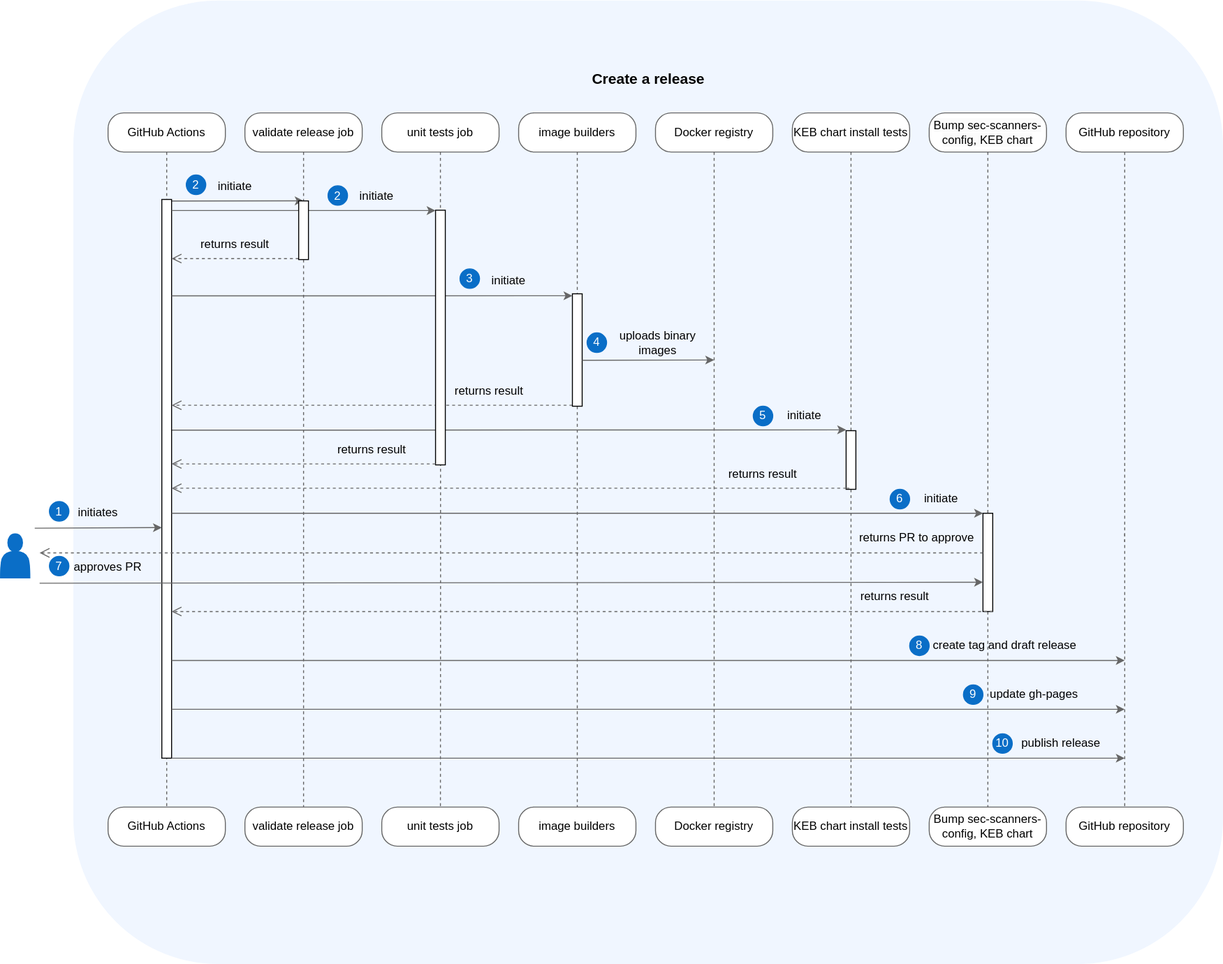
kyma-project/kyma-environment-broker keeps this draw.io diagram as docs/assets/release.drawio.svg. Above is the earlier version. Source tidied: cells renumbered, new cells last; positions are measured from the earlier drawing's top-left corner, leaving out a move shared by most shapes.
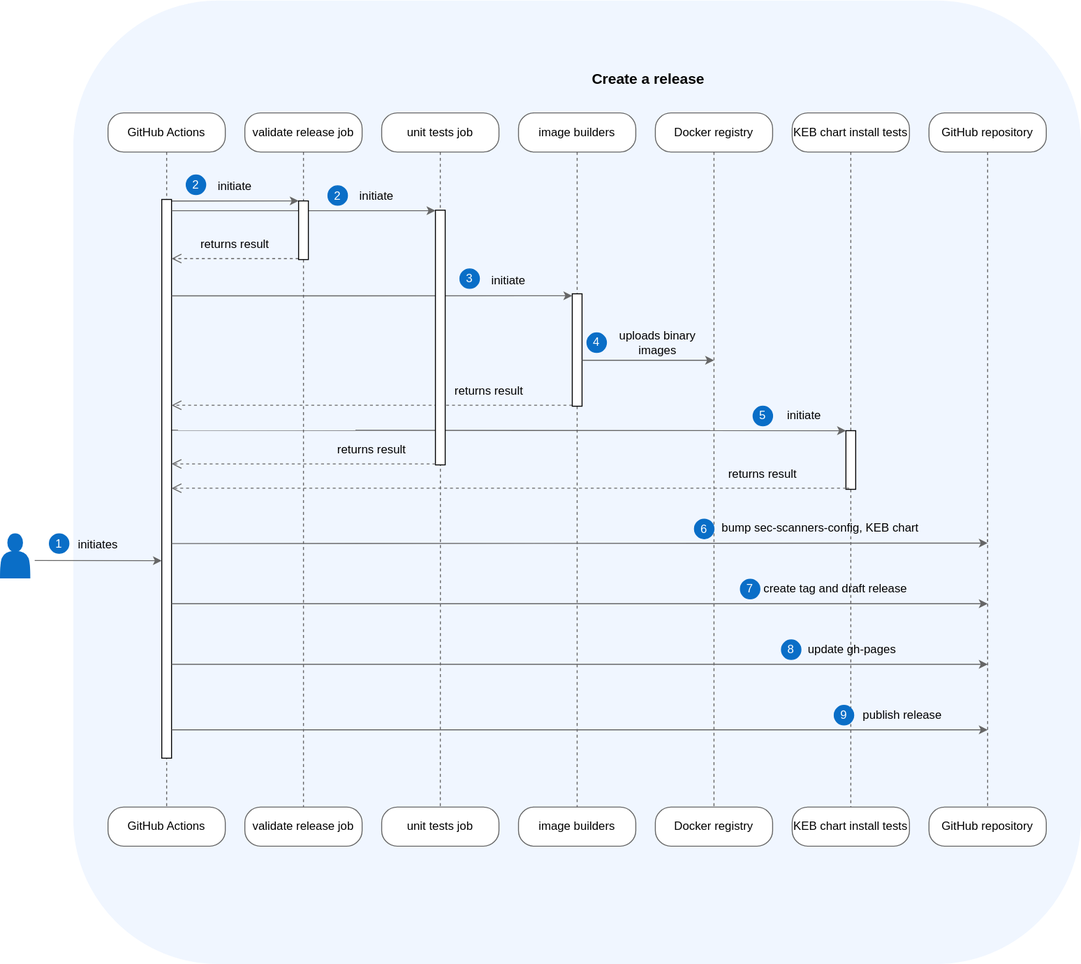
After the commit.

Diff of the diagram source:
```diff
@@ -3,7 +3,7 @@
     <mxCell id="0" />
     <mxCell id="1" parent="0" />
     <mxCell id="2" style="rounded=1;whiteSpace=wrap;html=1;fillColor=#f0f6ff;strokeColor=#f0f6ff;verticalAlign=bottom;" parent="1" vertex="1">
-      <mxGeometry x="75" y="-0.5" width="1175" height="984.5" as="geometry" />
+      <mxGeometry x="75" y="-0.5" width="1030" height="984.5" as="geometry" />
     </mxCell>
     <mxCell id="3" style="edgeStyle=orthogonalEdgeStyle;html=1;verticalAlign=bottom;endArrow=none;endSize=8;strokeColor=#666666;rounded=1;endFill=0;dashed=1;entryX=0.5;entryY=0;entryDx=0;entryDy=0;" parent="1" edge="1" target="8">
       <mxGeometry relative="1" as="geometry">
@@ -35,34 +35,20 @@
     <mxCell id="10" value="KEB chart install tests" style="rounded=1;whiteSpace=wrap;html=1;arcSize=40;fontColor=#000000;fillColor=#FFFFFF;strokeColor=#666666;" parent="1" vertex="1">
       <mxGeometry x="810" y="824" width="120" height="40" as="geometry" />
     </mxCell>
-    <mxCell id="11" value="&lt;meta charset=&quot;utf-8&quot;&gt;&lt;span style=&quot;color: rgb(0, 0, 0); font-family: Helvetica; font-size: 12px; font-style: normal; font-variant-ligatures: normal; font-variant-caps: normal; font-weight: 400; letter-spacing: normal; orphans: 2; text-align: center; text-indent: 0px; text-transform: none; widows: 2; word-spacing: 0px; -webkit-text-stroke-width: 0px; white-space: normal; background-color: rgb(251, 251, 251); text-decoration-thickness: initial; text-decoration-style: initial; text-decoration-color: initial; display: inline !important; float: none;&quot;&gt;Bump sec-scanners-config, KEB chart&lt;/span&gt;" style="rounded=1;whiteSpace=wrap;html=1;arcSize=40;fontColor=#000000;fillColor=#FFFFFF;strokeColor=#666666;" parent="1" vertex="1">
-      <mxGeometry x="950" y="114" width="120" height="40" as="geometry" />
-    </mxCell>
-    <mxCell id="12" style="edgeStyle=orthogonalEdgeStyle;html=1;verticalAlign=bottom;endArrow=none;endSize=8;strokeColor=#666666;rounded=1;entryX=0.5;entryY=0;entryDx=0;entryDy=0;endFill=0;dashed=1;" parent="1" edge="1" source="66" target="13">
-      <mxGeometry relative="1" as="geometry">
-        <Array as="points">
-          <mxPoint x="1010" y="724" />
-          <mxPoint x="1010" y="724" />
-        </Array>
-      </mxGeometry>
-    </mxCell>
-    <mxCell id="13" value="Bump sec-scanners-config, KEB chart" style="rounded=1;whiteSpace=wrap;html=1;arcSize=40;fontColor=#000000;fillColor=#FFFFFF;strokeColor=#666666;" parent="1" vertex="1">
-      <mxGeometry x="950" y="824" width="120" height="40" as="geometry" />
-    </mxCell>
     <mxCell id="14" value="&lt;div&gt;GitHub repository&lt;br&gt;&lt;/div&gt;" style="rounded=1;whiteSpace=wrap;html=1;arcSize=40;fontColor=#000000;fillColor=#FFFFFF;strokeColor=#666666;" parent="1" vertex="1">
-      <mxGeometry x="1090" y="114" width="120" height="40" as="geometry" />
+      <mxGeometry x="950" y="114" width="120" height="40" as="geometry" />
     </mxCell>
     <mxCell id="15" style="edgeStyle=orthogonalEdgeStyle;html=1;verticalAlign=bottom;endArrow=none;endSize=8;strokeColor=#666666;rounded=1;entryX=0.5;entryY=0;entryDx=0;entryDy=0;endFill=0;dashed=1;" parent="1" edge="1" target="16">
       <mxGeometry relative="1" as="geometry">
-        <mxPoint x="1150" y="544" as="sourcePoint" />
+        <mxPoint x="1010" y="544" as="sourcePoint" />
         <Array as="points">
-          <mxPoint x="1150" y="744" />
-          <mxPoint x="1150" y="744" />
+          <mxPoint x="1010" y="744" />
+          <mxPoint x="1010" y="744" />
         </Array>
       </mxGeometry>
     </mxCell>
     <mxCell id="16" value="GitHub repository" style="rounded=1;whiteSpace=wrap;html=1;arcSize=40;fontColor=#000000;fillColor=#FFFFFF;strokeColor=#666666;" parent="1" vertex="1">
-      <mxGeometry x="1090" y="824" width="120" height="40" as="geometry" />
+      <mxGeometry x="950" y="824" width="120" height="40" as="geometry" />
     </mxCell>
     <mxCell id="17" style="edgeStyle=elbowEdgeStyle;rounded=1;jettySize=auto;html=1;elbow=vertical;strokeColor=#666666;" parent="1" edge="1" target="64">
       <mxGeometry relative="1" as="geometry">
@@ -135,17 +121,11 @@
       </mxGeometry>
     </mxCell>
     <mxCell id="33" value="initiates" style="text;html=1;strokeColor=none;fillColor=none;align=center;verticalAlign=middle;whiteSpace=wrap;rounded=0;" parent="1" vertex="1">
-      <mxGeometry x="70" y="508" width="60" height="30" as="geometry" />
+      <mxGeometry x="70" y="541" width="60" height="30" as="geometry" />
     </mxCell>
     <mxCell id="34" value="&lt;font color=&quot;#ffffff&quot;&gt;1&lt;/font&gt;" style="ellipse;whiteSpace=wrap;html=1;fillColor=#0a6ec7;strokeColor=#0a6ec7;" parent="1" vertex="1">
-      <mxGeometry x="50" y="511.5" width="20" height="20" as="geometry" />
+      <mxGeometry x="50" y="544.5" width="20" height="20" as="geometry" />
     </mxCell>
-    <mxCell id="35" value="approves PR" style="text;html=1;strokeColor=none;fillColor=none;align=center;verticalAlign=middle;whiteSpace=wrap;rounded=0;" parent="1" vertex="1">
-      <mxGeometry x="70" y="564" width="80" height="30" as="geometry" />
-    </mxCell>
-    <mxCell id="36" value="&lt;font color=&quot;#ffffff&quot;&gt;7&lt;/font&gt;" style="ellipse;whiteSpace=wrap;html=1;fillColor=#0a6ec7;strokeColor=#0a6ec7;" parent="1" vertex="1">
-      <mxGeometry x="50" y="567.5" width="20" height="20" as="geometry" />
-    </mxCell>
     <mxCell id="37" value="initiate" style="text;html=1;strokeColor=none;fillColor=none;align=center;verticalAlign=middle;whiteSpace=wrap;rounded=0;" parent="1" vertex="1">
       <mxGeometry x="800" y="408.5" width="45" height="30" as="geometry" />
     </mxCell>
@@ -163,27 +143,29 @@
         </Array>
       </mxGeometry>
     </mxCell>
-    <mxCell id="41" style="edgeStyle=elbowEdgeStyle;rounded=1;jettySize=auto;html=1;elbow=vertical;strokeColor=#666666;" parent="1" edge="1" target="66">
+    <mxCell id="41" style="edgeStyle=elbowEdgeStyle;rounded=1;orthogonalLoop=1;jettySize=auto;html=1;elbow=vertical;strokeColor=#666666;" parent="1" edge="1">
       <mxGeometry relative="1" as="geometry">
-        <mxPoint x="175" y="523.5" as="sourcePoint" />
+        <mxPoint x="175" y="554.5" as="sourcePoint" />
+        <mxPoint x="1010" y="554" as="targetPoint" />
         <Array as="points">
-          <mxPoint x="410" y="523.5" />
+          <mxPoint x="1050" y="554" />
         </Array>
       </mxGeometry>
     </mxCell>
-    <mxCell id="42" style="edgeStyle=elbowEdgeStyle;rounded=1;jettySize=auto;html=1;elbow=vertical;strokeColor=#666666;" parent="1" edge="1" source="27">
+    <mxCell id="42" style="edgeStyle=elbowEdgeStyle;rounded=1;orthogonalLoop=1;jettySize=auto;html=1;elbow=vertical;strokeColor=#666666;" parent="1" edge="1">
       <mxGeometry relative="1" as="geometry">
-        <mxPoint x="1150" y="774" as="targetPoint" />
+        <mxPoint x="175" y="745" as="sourcePoint" />
+        <mxPoint x="1010" y="745" as="targetPoint" />
         <Array as="points">
-          <mxPoint x="277.5" y="774" />
+          <mxPoint x="277.5" y="745" />
         </Array>
       </mxGeometry>
     </mxCell>
     <mxCell id="43" value="publish release" style="text;html=1;strokeColor=none;fillColor=none;align=center;verticalAlign=middle;whiteSpace=wrap;rounded=0;" parent="1" vertex="1">
-      <mxGeometry x="1030" y="744" width="110" height="30" as="geometry" />
+      <mxGeometry x="868" y="715" width="110" height="30" as="geometry" />
     </mxCell>
-    <mxCell id="44" value="&lt;font color=&quot;#ffffff&quot;&gt;10&lt;/font&gt;" style="ellipse;whiteSpace=wrap;html=1;fillColor=#0a6ec7;strokeColor=#0a6ec7;" parent="1" vertex="1">
-      <mxGeometry x="1015" y="749" width="20" height="20" as="geometry" />
+    <mxCell id="44" value="&lt;font color=&quot;#ffffff&quot;&gt;9&lt;/font&gt;" style="ellipse;whiteSpace=wrap;html=1;fillColor=#0a6ec7;strokeColor=#0a6ec7;" parent="1" vertex="1">
+      <mxGeometry x="853" y="720" width="20" height="20" as="geometry" />
     </mxCell>
     <mxCell id="45" value="image builders" style="rounded=1;whiteSpace=wrap;html=1;arcSize=40;fontColor=#000000;fillColor=#FFFFFF;strokeColor=#666666;" parent="1" vertex="1">
       <mxGeometry x="530" y="824" width="120" height="40" as="geometry" />
@@ -234,27 +216,28 @@
     </mxCell>
     <mxCell id="55" style="edgeStyle=orthogonalEdgeStyle;html=1;verticalAlign=bottom;endArrow=none;endSize=8;strokeColor=#666666;rounded=1;entryX=0.5;entryY=0;entryDx=0;entryDy=0;endFill=0;dashed=1;" parent="1" edge="1" source="14">
       <mxGeometry relative="1" as="geometry">
-        <mxPoint x="1150" y="553.5" as="targetPoint" />
+        <mxPoint x="1010" y="553.5" as="targetPoint" />
       </mxGeometry>
     </mxCell>
-    <mxCell id="56" style="edgeStyle=elbowEdgeStyle;rounded=1;jettySize=auto;html=1;elbow=vertical;strokeColor=#666666;" parent="1" edge="1" source="27">
+    <mxCell id="56" style="edgeStyle=elbowEdgeStyle;rounded=1;orthogonalLoop=1;jettySize=auto;html=1;elbow=vertical;strokeColor=#666666;" parent="1" edge="1">
       <mxGeometry relative="1" as="geometry">
-        <mxPoint x="1150" y="724" as="targetPoint" />
+        <mxPoint x="175" y="678" as="sourcePoint" />
+        <mxPoint x="1010" y="678" as="targetPoint" />
         <Array as="points">
-          <mxPoint x="277.5" y="724" />
+          <mxPoint x="277.5" y="678" />
         </Array>
       </mxGeometry>
     </mxCell>
     <mxCell id="57" value="update gh-pages" style="text;html=1;strokeColor=none;fillColor=none;align=center;verticalAlign=middle;whiteSpace=wrap;rounded=0;" parent="1" vertex="1">
-      <mxGeometry x="1000" y="694" width="115" height="30" as="geometry" />
+      <mxGeometry x="814" y="648" width="115" height="30" as="geometry" />
     </mxCell>
-    <mxCell id="58" value="&lt;font color=&quot;#ffffff&quot;&gt;9&lt;/font&gt;" style="ellipse;whiteSpace=wrap;html=1;fillColor=#0a6ec7;strokeColor=#0a6ec7;" parent="1" vertex="1">
-      <mxGeometry x="985" y="699" width="20" height="20" as="geometry" />
+    <mxCell id="58" value="&lt;font color=&quot;#ffffff&quot;&gt;8&lt;/font&gt;" style="ellipse;whiteSpace=wrap;html=1;fillColor=#0a6ec7;strokeColor=#0a6ec7;" parent="1" vertex="1">
+      <mxGeometry x="799" y="653" width="20" height="20" as="geometry" />
     </mxCell>
     <mxCell id="59" style="edgeStyle=elbowEdgeStyle;rounded=1;orthogonalLoop=1;jettySize=auto;html=1;elbow=vertical;strokeColor=#666666;" parent="1" edge="1">
       <mxGeometry relative="1" as="geometry">
-        <mxPoint x="35" y="538.8" as="sourcePoint" />
-        <mxPoint x="165" y="538.7" as="targetPoint" />
+        <mxPoint x="35" y="571.8" as="sourcePoint" />
+        <mxPoint x="165" y="571.7" as="targetPoint" />
       </mxGeometry>
     </mxCell>
     <mxCell id="60" style="edgeStyle=orthogonalEdgeStyle;html=1;verticalAlign=bottom;endArrow=none;endSize=8;strokeColor=#666666;rounded=1;endFill=0;dashed=1;" parent="1" edge="1" source="23" target="61">
@@ -279,12 +262,6 @@
     <mxCell id="64" style="html=1;points=[];perimeter=orthogonalPerimeter;outlineConnect=0;targetShapes=umlLifeline;portConstraint=eastwest;newEdgeStyle={&quot;edgeStyle&quot;:&quot;elbowEdgeStyle&quot;,&quot;elbow&quot;:&quot;vertical&quot;,&quot;curved&quot;:0,&quot;rounded&quot;:0};" parent="1" vertex="1">
       <mxGeometry x="305" y="204" width="10" height="60" as="geometry" />
     </mxCell>
-    <mxCell id="65" style="edgeStyle=orthogonalEdgeStyle;html=1;verticalAlign=bottom;endArrow=none;endSize=8;strokeColor=#666666;rounded=1;entryX=0.5;entryY=0;entryDx=0;entryDy=0;endFill=0;dashed=1;" parent="1" edge="1" source="11" target="66">
-      <mxGeometry relative="1" as="geometry" />
-    </mxCell>
-    <mxCell id="66" style="html=1;points=[];perimeter=orthogonalPerimeter;outlineConnect=0;targetShapes=umlLifeline;portConstraint=eastwest;newEdgeStyle={&quot;edgeStyle&quot;:&quot;elbowEdgeStyle&quot;,&quot;elbow&quot;:&quot;vertical&quot;,&quot;curved&quot;:0,&quot;rounded&quot;:0};" parent="1" vertex="1">
-      <mxGeometry x="1005" y="523.5" width="10" height="100.5" as="geometry" />
-    </mxCell>
     <mxCell id="67" style="edgeStyle=orthogonalEdgeStyle;html=1;verticalAlign=bottom;endArrow=none;endSize=8;strokeColor=#666666;rounded=1;endFill=0;dashed=1;entryX=0.5;entryY=0;entryDx=0;entryDy=0;exitX=0.5;exitY=1;exitDx=0;exitDy=0;" parent="1" edge="1" source="24" target="68">
       <mxGeometry relative="1" as="geometry" />
     </mxCell>
@@ -332,59 +309,26 @@
     <mxCell id="77" value="returns result" style="text;html=1;strokeColor=none;fillColor=none;align=center;verticalAlign=middle;whiteSpace=wrap;rounded=0;" parent="1" vertex="1">
       <mxGeometry x="340" y="444" width="80" height="30" as="geometry" />
     </mxCell>
-    <mxCell id="78" value="initiate" style="text;html=1;strokeColor=none;fillColor=none;align=center;verticalAlign=middle;whiteSpace=wrap;rounded=0;" parent="1" vertex="1">
-      <mxGeometry x="940" y="493.5" width="45" height="30" as="geometry" />
+    <mxCell id="78" value="bump sec-scanners-config, KEB chart" style="text;html=1;strokeColor=none;fillColor=none;align=center;verticalAlign=middle;whiteSpace=wrap;rounded=0;" parent="1" vertex="1">
+      <mxGeometry x="734" y="524" width="210" height="30" as="geometry" />
     </mxCell>
     <mxCell id="79" value="&lt;font color=&quot;#ffffff&quot;&gt;6&lt;/font&gt;" style="ellipse;whiteSpace=wrap;html=1;fillColor=#0a6ec7;strokeColor=#0a6ec7;" parent="1" vertex="1">
-      <mxGeometry x="910" y="499" width="20" height="20" as="geometry" />
+      <mxGeometry x="710" y="529.5" width="20" height="20" as="geometry" />
     </mxCell>
-    <mxCell id="80" style="html=1;verticalAlign=bottom;endArrow=open;endSize=8;edgeStyle=elbowEdgeStyle;elbow=vertical;rounded=1;dashed=1;strokeColor=#666666;exitX=1;exitY=1;exitDx=0;exitDy=0;" parent="1" edge="1" source="81">
-      <mxGeometry relative="1" as="geometry">
-        <mxPoint x="40" y="564" as="targetPoint" />
-        <Array as="points">
-          <mxPoint x="1000" y="564" />
-          <mxPoint x="1015.5" y="563.9" />
-        </Array>
-      </mxGeometry>
-    </mxCell>
-    <mxCell id="81" value="returns PR to approve" style="text;html=1;strokeColor=none;fillColor=none;align=center;verticalAlign=middle;whiteSpace=wrap;rounded=0;" parent="1" vertex="1">
-      <mxGeometry x="870" y="534" width="135" height="30" as="geometry" />
-    </mxCell>
-    <mxCell id="82" style="edgeStyle=elbowEdgeStyle;rounded=1;orthogonalLoop=1;jettySize=auto;html=1;elbow=vertical;strokeColor=#666666;" parent="1" edge="1">
-      <mxGeometry relative="1" as="geometry">
-        <mxPoint x="40" y="595" as="sourcePoint" />
-        <mxPoint x="1005" y="594.5" as="targetPoint" />
-        <Array as="points">
-          <mxPoint x="410" y="594" />
-        </Array>
-      </mxGeometry>
-    </mxCell>
-    <mxCell id="83" style="html=1;verticalAlign=bottom;endArrow=open;endSize=8;edgeStyle=elbowEdgeStyle;elbow=vertical;rounded=1;dashed=1;strokeColor=#666666;exitX=1;exitY=1;exitDx=0;exitDy=0;" parent="1" edge="1" target="27">
-      <mxGeometry relative="1" as="geometry">
-        <mxPoint x="1015" y="624" as="sourcePoint" />
-        <Array as="points">
-          <mxPoint x="1010" y="624" />
-          <mxPoint x="1025.5" y="623.9" />
-        </Array>
-      </mxGeometry>
-    </mxCell>
-    <mxCell id="84" value="returns result" style="text;html=1;strokeColor=none;fillColor=none;align=center;verticalAlign=middle;whiteSpace=wrap;rounded=0;" parent="1" vertex="1">
-      <mxGeometry x="875" y="594" width="80" height="30" as="geometry" />
-    </mxCell>
     <mxCell id="85" style="edgeStyle=elbowEdgeStyle;rounded=1;orthogonalLoop=1;jettySize=auto;html=1;elbow=vertical;strokeColor=#666666;" parent="1" edge="1">
       <mxGeometry relative="1" as="geometry">
-        <mxPoint x="175" y="674" as="sourcePoint" />
-        <mxPoint x="1150" y="674" as="targetPoint" />
+        <mxPoint x="175" y="616" as="sourcePoint" />
+        <mxPoint x="1010" y="616" as="targetPoint" />
         <Array as="points">
-          <mxPoint x="277.5" y="674" />
+          <mxPoint x="277.5" y="616" />
         </Array>
       </mxGeometry>
     </mxCell>
     <mxCell id="86" value="create tag and draft release" style="text;html=1;strokeColor=none;fillColor=none;align=center;verticalAlign=middle;whiteSpace=wrap;rounded=0;" parent="1" vertex="1">
-      <mxGeometry x="950" y="644" width="155" height="30" as="geometry" />
+      <mxGeometry x="777" y="586" width="155" height="30" as="geometry" />
     </mxCell>
-    <mxCell id="87" value="&lt;font color=&quot;#ffffff&quot;&gt;8&lt;/font&gt;" style="ellipse;whiteSpace=wrap;html=1;fillColor=#0a6ec7;strokeColor=#0a6ec7;" parent="1" vertex="1">
-      <mxGeometry x="930" y="649" width="20" height="20" as="geometry" />
+    <mxCell id="87" value="&lt;font color=&quot;#ffffff&quot;&gt;7&lt;/font&gt;" style="ellipse;whiteSpace=wrap;html=1;fillColor=#0a6ec7;strokeColor=#0a6ec7;" parent="1" vertex="1">
+      <mxGeometry x="757" y="591" width="20" height="20" as="geometry" />
     </mxCell>
   </root>
 </mxGraphModel>
```
